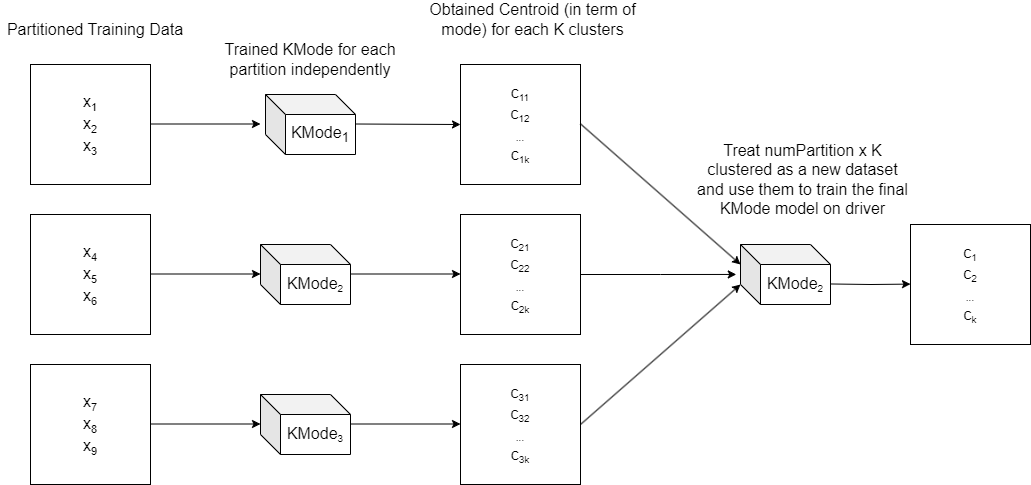
Before: assets/K-Mode-local.drawio.png, a diagram exported from draw.io (KKQanT/big-data-project). Source tidied: cells renumbered, new cells last; positions are measured from the earlier drawing's top-left corner, leaving out a move shared by most shapes.
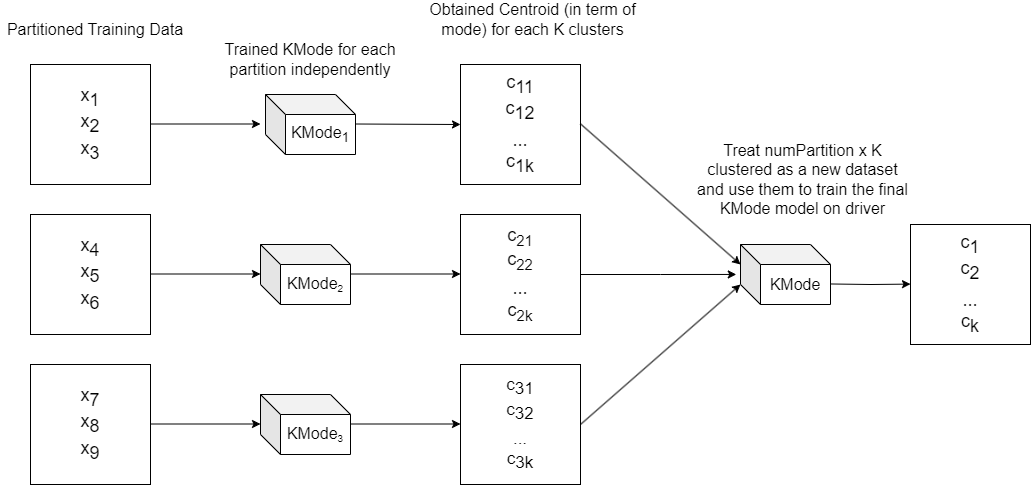
After the commit.

What changed in the source:
```diff
@@ -2,13 +2,13 @@
   <root>
     <mxCell id="0" />
     <mxCell id="1" parent="0" />
-    <mxCell id="2" value="&lt;span style=&quot;font-size: 16px;&quot;&gt;x&lt;/span&gt;&lt;span style=&quot;font-size: 13.3333px;&quot;&gt;&lt;sub&gt;1&lt;/sub&gt;&lt;/span&gt;&lt;div&gt;&lt;span style=&quot;font-size: 16px;&quot;&gt;x&lt;/span&gt;&lt;span style=&quot;font-size: 13.3333px;&quot;&gt;&lt;sub&gt;2&lt;/sub&gt;&lt;/span&gt;&lt;span style=&quot;font-size: 13.3333px;&quot;&gt;&lt;sub&gt;&lt;br&gt;&lt;/sub&gt;&lt;/span&gt;&lt;/div&gt;&lt;div&gt;&lt;span style=&quot;font-size: 16px;&quot;&gt;x&lt;/span&gt;&lt;span style=&quot;font-size: 13.3333px;&quot;&gt;&lt;sub&gt;3&lt;/sub&gt;&lt;/span&gt;&lt;span style=&quot;font-size: 13.3333px;&quot;&gt;&lt;sub&gt;&lt;br&gt;&lt;/sub&gt;&lt;/span&gt;&lt;/div&gt;" style="rounded=0;whiteSpace=wrap;html=1;" parent="1" vertex="1">
+    <mxCell id="2" value="&lt;span style=&quot;font-size: 18px;&quot;&gt;x&lt;/span&gt;&lt;span style=&quot;font-size: 18px;&quot;&gt;&lt;sub style=&quot;font-size: 18px;&quot;&gt;1&lt;/sub&gt;&lt;/span&gt;&lt;div style=&quot;font-size: 18px;&quot;&gt;&lt;span style=&quot;font-size: 18px;&quot;&gt;x&lt;/span&gt;&lt;span style=&quot;font-size: 18px;&quot;&gt;&lt;sub style=&quot;font-size: 18px;&quot;&gt;2&lt;/sub&gt;&lt;/span&gt;&lt;span style=&quot;font-size: 18px;&quot;&gt;&lt;sub style=&quot;font-size: 18px;&quot;&gt;&lt;br style=&quot;font-size: 18px;&quot;&gt;&lt;/sub&gt;&lt;/span&gt;&lt;/div&gt;&lt;div style=&quot;font-size: 18px;&quot;&gt;&lt;span style=&quot;font-size: 18px;&quot;&gt;x&lt;/span&gt;&lt;span style=&quot;font-size: 18px;&quot;&gt;&lt;sub style=&quot;font-size: 18px;&quot;&gt;3&lt;/sub&gt;&lt;/span&gt;&lt;span style=&quot;font-size: 18px;&quot;&gt;&lt;sub style=&quot;font-size: 18px;&quot;&gt;&lt;br style=&quot;font-size: 18px;&quot;&gt;&lt;/sub&gt;&lt;/span&gt;&lt;/div&gt;" style="rounded=0;whiteSpace=wrap;html=1;fontSize=18;" parent="1" vertex="1">
       <mxGeometry x="30" y="60" width="120" height="120" as="geometry" />
     </mxCell>
-    <mxCell id="3" value="&lt;span style=&quot;font-size: 16px;&quot;&gt;x&lt;/span&gt;&lt;span style=&quot;font-size: 13.3333px;&quot;&gt;&lt;sub&gt;4&lt;/sub&gt;&lt;/span&gt;&lt;div&gt;&lt;span style=&quot;font-size: 16px;&quot;&gt;x&lt;/span&gt;&lt;span style=&quot;font-size: 13.3333px;&quot;&gt;&lt;sub&gt;5&lt;/sub&gt;&lt;/span&gt;&lt;span style=&quot;font-size: 13.3333px;&quot;&gt;&lt;sub&gt;&lt;br&gt;&lt;/sub&gt;&lt;/span&gt;&lt;/div&gt;&lt;div&gt;&lt;span style=&quot;font-size: 16px;&quot;&gt;x&lt;/span&gt;&lt;span style=&quot;font-size: 13.3333px;&quot;&gt;&lt;sub&gt;6&lt;/sub&gt;&lt;/span&gt;&lt;span style=&quot;font-size: 13.3333px;&quot;&gt;&lt;sub&gt;&lt;br&gt;&lt;/sub&gt;&lt;/span&gt;&lt;/div&gt;" style="rounded=0;whiteSpace=wrap;html=1;" parent="1" vertex="1">
+    <mxCell id="3" value="&lt;span style=&quot;font-size: 18px;&quot;&gt;x&lt;/span&gt;&lt;span style=&quot;font-size: 18px;&quot;&gt;&lt;sub style=&quot;font-size: 18px;&quot;&gt;4&lt;/sub&gt;&lt;/span&gt;&lt;div style=&quot;font-size: 18px;&quot;&gt;&lt;span style=&quot;font-size: 18px;&quot;&gt;x&lt;/span&gt;&lt;span style=&quot;font-size: 18px;&quot;&gt;&lt;sub style=&quot;font-size: 18px;&quot;&gt;5&lt;/sub&gt;&lt;/span&gt;&lt;span style=&quot;font-size: 18px;&quot;&gt;&lt;sub style=&quot;font-size: 18px;&quot;&gt;&lt;br style=&quot;font-size: 18px;&quot;&gt;&lt;/sub&gt;&lt;/span&gt;&lt;/div&gt;&lt;div style=&quot;font-size: 18px;&quot;&gt;&lt;span style=&quot;font-size: 18px;&quot;&gt;x&lt;/span&gt;&lt;span style=&quot;font-size: 18px;&quot;&gt;&lt;sub style=&quot;font-size: 18px;&quot;&gt;6&lt;/sub&gt;&lt;/span&gt;&lt;span style=&quot;font-size: 18px;&quot;&gt;&lt;sub style=&quot;font-size: 18px;&quot;&gt;&lt;br style=&quot;font-size: 18px;&quot;&gt;&lt;/sub&gt;&lt;/span&gt;&lt;/div&gt;" style="rounded=0;whiteSpace=wrap;html=1;fontSize=18;" parent="1" vertex="1">
       <mxGeometry x="30" y="210" width="120" height="120" as="geometry" />
     </mxCell>
-    <mxCell id="4" value="&lt;span style=&quot;font-size: 16px;&quot;&gt;x&lt;/span&gt;&lt;span style=&quot;font-size: 13.3333px;&quot;&gt;&lt;sub&gt;7&lt;/sub&gt;&lt;/span&gt;&lt;div&gt;&lt;span style=&quot;font-size: 16px;&quot;&gt;x&lt;/span&gt;&lt;span style=&quot;font-size: 13.3333px;&quot;&gt;&lt;sub&gt;8&lt;/sub&gt;&lt;/span&gt;&lt;span style=&quot;font-size: 13.3333px;&quot;&gt;&lt;sub&gt;&lt;br&gt;&lt;/sub&gt;&lt;/span&gt;&lt;/div&gt;&lt;div&gt;&lt;span style=&quot;font-size: 16px;&quot;&gt;x&lt;/span&gt;&lt;span style=&quot;font-size: 13.3333px;&quot;&gt;&lt;sub&gt;9&lt;/sub&gt;&lt;/span&gt;&lt;span style=&quot;font-size: 13.3333px;&quot;&gt;&lt;sub&gt;&lt;br&gt;&lt;/sub&gt;&lt;/span&gt;&lt;/div&gt;" style="rounded=0;whiteSpace=wrap;html=1;" parent="1" vertex="1">
+    <mxCell id="4" value="&lt;span style=&quot;font-size: 18px;&quot;&gt;x&lt;/span&gt;&lt;span style=&quot;font-size: 18px;&quot;&gt;&lt;sub style=&quot;font-size: 18px;&quot;&gt;7&lt;/sub&gt;&lt;/span&gt;&lt;div style=&quot;font-size: 18px;&quot;&gt;&lt;span style=&quot;font-size: 18px;&quot;&gt;x&lt;/span&gt;&lt;span style=&quot;font-size: 18px;&quot;&gt;&lt;sub style=&quot;font-size: 18px;&quot;&gt;8&lt;/sub&gt;&lt;/span&gt;&lt;span style=&quot;font-size: 18px;&quot;&gt;&lt;sub style=&quot;font-size: 18px;&quot;&gt;&lt;br style=&quot;font-size: 18px;&quot;&gt;&lt;/sub&gt;&lt;/span&gt;&lt;/div&gt;&lt;div style=&quot;font-size: 18px;&quot;&gt;&lt;span style=&quot;font-size: 18px;&quot;&gt;x&lt;/span&gt;&lt;span style=&quot;font-size: 18px;&quot;&gt;&lt;sub style=&quot;font-size: 18px;&quot;&gt;9&lt;/sub&gt;&lt;/span&gt;&lt;span style=&quot;font-size: 18px;&quot;&gt;&lt;sub style=&quot;font-size: 18px;&quot;&gt;&lt;br style=&quot;font-size: 18px;&quot;&gt;&lt;/sub&gt;&lt;/span&gt;&lt;/div&gt;" style="rounded=0;whiteSpace=wrap;html=1;fontSize=18;" parent="1" vertex="1">
       <mxGeometry x="30" y="360" width="120" height="120" as="geometry" />
     </mxCell>
     <mxCell id="5" style="endArrow=classic;html=1;rounded=0;" parent="1" edge="1">
@@ -29,7 +29,7 @@
         <mxPoint x="260" y="419.5" as="targetPoint" />
       </mxGeometry>
     </mxCell>
-    <mxCell id="8" value="&lt;span style=&quot;font-size: 16px;&quot;&gt;c&lt;/span&gt;&lt;sub style=&quot;&quot;&gt;&lt;font style=&quot;font-size: 10px;&quot;&gt;11&lt;/font&gt;&lt;/sub&gt;&lt;div&gt;&lt;span style=&quot;font-size: 16px;&quot;&gt;c&lt;/span&gt;&lt;sub&gt;12&lt;/sub&gt;&lt;span style=&quot;font-size: 16px;&quot;&gt;&lt;sub&gt;&lt;br&gt;&lt;/sub&gt;&lt;/span&gt;&lt;/div&gt;&lt;div&gt;&lt;sub&gt;...&lt;/sub&gt;&lt;/div&gt;&lt;div&gt;&lt;span style=&quot;font-size: 16px;&quot;&gt;c&lt;/span&gt;&lt;sub&gt;1k&lt;/sub&gt;&lt;sub&gt;&lt;br&gt;&lt;/sub&gt;&lt;/div&gt;" style="rounded=0;whiteSpace=wrap;html=1;" parent="1" vertex="1">
+    <mxCell id="8" value="&lt;span style=&quot;font-size: 18px;&quot;&gt;c&lt;/span&gt;&lt;sub style=&quot;font-size: 18px;&quot;&gt;&lt;font style=&quot;font-size: 18px;&quot;&gt;11&lt;/font&gt;&lt;/sub&gt;&lt;div style=&quot;font-size: 18px;&quot;&gt;&lt;span style=&quot;font-size: 18px;&quot;&gt;c&lt;/span&gt;&lt;sub style=&quot;font-size: 18px;&quot;&gt;12&lt;/sub&gt;&lt;span style=&quot;font-size: 18px;&quot;&gt;&lt;sub style=&quot;font-size: 18px;&quot;&gt;&lt;br style=&quot;font-size: 18px;&quot;&gt;&lt;/sub&gt;&lt;/span&gt;&lt;/div&gt;&lt;div style=&quot;font-size: 18px;&quot;&gt;&lt;sub style=&quot;font-size: 18px;&quot;&gt;...&lt;/sub&gt;&lt;/div&gt;&lt;div style=&quot;font-size: 18px;&quot;&gt;&lt;span style=&quot;font-size: 18px;&quot;&gt;c&lt;/span&gt;&lt;sub style=&quot;font-size: 18px;&quot;&gt;1k&lt;/sub&gt;&lt;sub style=&quot;font-size: 18px;&quot;&gt;&lt;br style=&quot;font-size: 18px;&quot;&gt;&lt;/sub&gt;&lt;/div&gt;" style="rounded=0;whiteSpace=wrap;html=1;fontSize=18;" parent="1" vertex="1">
       <mxGeometry x="460" y="60" width="120" height="120" as="geometry" />
     </mxCell>
     <mxCell id="9" value="&lt;font style=&quot;font-size: 16px;&quot;&gt;KMode&lt;sub&gt;1&lt;/sub&gt;&lt;/font&gt;" style="shape=cube;whiteSpace=wrap;html=1;boundedLbl=1;backgroundOutline=1;darkOpacity=0.05;darkOpacity2=0.1;" parent="1" vertex="1">
@@ -49,7 +49,7 @@
     <mxCell id="13" style="edgeStyle=orthogonalEdgeStyle;rounded=0;jettySize=auto;html=1;exitX=1;exitY=0.5;exitDx=0;exitDy=0;entryX=-0.047;entryY=0.499;entryDx=0;entryDy=0;entryPerimeter=0;" parent="1" edge="1" source="14" target="19">
       <mxGeometry relative="1" as="geometry" />
     </mxCell>
-    <mxCell id="14" value="&lt;span style=&quot;font-size: 16px;&quot;&gt;c&lt;/span&gt;&lt;sub style=&quot;&quot;&gt;&lt;font style=&quot;font-size: 10px;&quot;&gt;21&lt;/font&gt;&lt;/sub&gt;&lt;div&gt;&lt;span style=&quot;font-size: 16px;&quot;&gt;c&lt;/span&gt;&lt;sub&gt;22&lt;/sub&gt;&lt;span style=&quot;font-size: 16px;&quot;&gt;&lt;sub&gt;&lt;br&gt;&lt;/sub&gt;&lt;/span&gt;&lt;/div&gt;&lt;div&gt;&lt;sub&gt;...&lt;/sub&gt;&lt;/div&gt;&lt;div&gt;&lt;span style=&quot;font-size: 16px;&quot;&gt;c&lt;/span&gt;&lt;sub&gt;2k&lt;/sub&gt;&lt;sub&gt;&lt;br&gt;&lt;/sub&gt;&lt;/div&gt;" style="rounded=0;whiteSpace=wrap;html=1;" parent="1" vertex="1">
+    <mxCell id="14" value="&lt;font style=&quot;font-size: 18px;&quot;&gt;c&lt;sub&gt;21&lt;/sub&gt;&lt;/font&gt;&lt;div style=&quot;font-size: 18px;&quot;&gt;&lt;font style=&quot;font-size: 18px;&quot;&gt;c&lt;sub&gt;22&lt;/sub&gt;&lt;sub&gt;&lt;br style=&quot;font-size: 18px;&quot;&gt;&lt;/sub&gt;&lt;/font&gt;&lt;/div&gt;&lt;div style=&quot;font-size: 18px;&quot;&gt;&lt;sub&gt;&lt;font style=&quot;font-size: 18px;&quot;&gt;...&lt;/font&gt;&lt;/sub&gt;&lt;/div&gt;&lt;div style=&quot;font-size: 18px;&quot;&gt;&lt;font style=&quot;font-size: 18px;&quot;&gt;c&lt;sub&gt;2k&lt;/sub&gt;&lt;/font&gt;&lt;sub&gt;&lt;br&gt;&lt;/sub&gt;&lt;/div&gt;" style="rounded=0;whiteSpace=wrap;html=1;" parent="1" vertex="1">
       <mxGeometry x="460" y="210" width="120" height="120" as="geometry" />
     </mxCell>
     <mxCell id="15" style="endArrow=classic;html=1;rounded=0;" parent="1" edge="1">
@@ -64,7 +64,7 @@
         <mxPoint x="460" y="419.5" as="targetPoint" />
       </mxGeometry>
     </mxCell>
-    <mxCell id="17" value="&lt;span style=&quot;font-size: 16px;&quot;&gt;c&lt;/span&gt;&lt;sub style=&quot;&quot;&gt;&lt;font style=&quot;font-size: 10px;&quot;&gt;31&lt;/font&gt;&lt;/sub&gt;&lt;div&gt;&lt;span style=&quot;font-size: 16px;&quot;&gt;c&lt;/span&gt;&lt;sub&gt;32&lt;/sub&gt;&lt;span style=&quot;font-size: 16px;&quot;&gt;&lt;sub&gt;&lt;br&gt;&lt;/sub&gt;&lt;/span&gt;&lt;/div&gt;&lt;div&gt;&lt;sub&gt;...&lt;/sub&gt;&lt;/div&gt;&lt;div&gt;&lt;span style=&quot;font-size: 16px;&quot;&gt;c&lt;/span&gt;&lt;sub&gt;3k&lt;/sub&gt;&lt;sub&gt;&lt;br&gt;&lt;/sub&gt;&lt;/div&gt;" style="rounded=0;whiteSpace=wrap;html=1;" parent="1" vertex="1">
+    <mxCell id="17" value="&lt;span style=&quot;font-size: 17px;&quot;&gt;c&lt;/span&gt;&lt;sub style=&quot;font-size: 17px;&quot;&gt;&lt;font style=&quot;font-size: 17px;&quot;&gt;31&lt;/font&gt;&lt;/sub&gt;&lt;div style=&quot;font-size: 17px;&quot;&gt;&lt;span style=&quot;font-size: 17px;&quot;&gt;c&lt;/span&gt;&lt;sub style=&quot;font-size: 17px;&quot;&gt;32&lt;/sub&gt;&lt;span style=&quot;font-size: 17px;&quot;&gt;&lt;sub style=&quot;font-size: 17px;&quot;&gt;&lt;br style=&quot;font-size: 17px;&quot;&gt;&lt;/sub&gt;&lt;/span&gt;&lt;/div&gt;&lt;div style=&quot;font-size: 17px;&quot;&gt;&lt;sub style=&quot;font-size: 17px;&quot;&gt;...&lt;/sub&gt;&lt;/div&gt;&lt;div style=&quot;font-size: 17px;&quot;&gt;&lt;span style=&quot;font-size: 17px;&quot;&gt;c&lt;/span&gt;&lt;sub style=&quot;font-size: 17px;&quot;&gt;3k&lt;/sub&gt;&lt;sub style=&quot;font-size: 17px;&quot;&gt;&lt;br style=&quot;font-size: 17px;&quot;&gt;&lt;/sub&gt;&lt;/div&gt;" style="rounded=0;whiteSpace=wrap;html=1;fontSize=17;" parent="1" vertex="1">
       <mxGeometry x="460" y="360" width="120" height="120" as="geometry" />
     </mxCell>
     <mxCell id="18" style="endArrow=classic;html=1;rounded=0;entryX=0;entryY=0;entryDx=0;entryDy=20;entryPerimeter=0;" parent="1" edge="1" target="19">
@@ -72,13 +72,13 @@
         <mxPoint x="580" y="119.4" as="sourcePoint" />
       </mxGeometry>
     </mxCell>
-    <mxCell id="19" value="&lt;span style=&quot;font-size: 16px;&quot;&gt;KMode&lt;/span&gt;&lt;sub&gt;2&lt;/sub&gt;" style="shape=cube;whiteSpace=wrap;html=1;boundedLbl=1;backgroundOutline=1;darkOpacity=0.05;darkOpacity2=0.1;" parent="1" vertex="1">
+    <mxCell id="19" value="&lt;span style=&quot;font-size: 16px;&quot;&gt;KMode&lt;/span&gt;" style="shape=cube;whiteSpace=wrap;html=1;boundedLbl=1;backgroundOutline=1;darkOpacity=0.05;darkOpacity2=0.1;" parent="1" vertex="1">
       <mxGeometry x="740" y="240" width="90" height="60" as="geometry" />
     </mxCell>
     <mxCell id="20" style="endArrow=classic;html=1;rounded=0;entryX=0;entryY=0;entryDx=0;entryDy=40;entryPerimeter=0;exitX=1;exitY=0.5;exitDx=0;exitDy=0;" parent="1" edge="1" source="17" target="19">
       <mxGeometry relative="1" as="geometry" />
     </mxCell>
-    <mxCell id="21" value="&lt;span style=&quot;font-size: 16px;&quot;&gt;c&lt;/span&gt;&lt;sub&gt;1&lt;/sub&gt;&lt;div&gt;&lt;span style=&quot;font-size: 16px;&quot;&gt;c&lt;/span&gt;&lt;sub&gt;2&lt;/sub&gt;&lt;span style=&quot;font-size: 16px;&quot;&gt;&lt;sub&gt;&lt;br&gt;&lt;/sub&gt;&lt;/span&gt;&lt;/div&gt;&lt;div&gt;&lt;sub&gt;...&lt;/sub&gt;&lt;/div&gt;&lt;div&gt;&lt;span style=&quot;font-size: 16px;&quot;&gt;c&lt;/span&gt;&lt;sub&gt;k&lt;/sub&gt;&lt;/div&gt;" style="rounded=0;whiteSpace=wrap;html=1;" parent="1" vertex="1">
+    <mxCell id="21" value="&lt;span style=&quot;font-size: 18px;&quot;&gt;c&lt;/span&gt;&lt;sub style=&quot;font-size: 18px;&quot;&gt;1&lt;/sub&gt;&lt;div style=&quot;font-size: 18px;&quot;&gt;&lt;span style=&quot;font-size: 18px;&quot;&gt;c&lt;/span&gt;&lt;sub style=&quot;font-size: 18px;&quot;&gt;2&lt;/sub&gt;&lt;span style=&quot;font-size: 18px;&quot;&gt;&lt;sub style=&quot;font-size: 18px;&quot;&gt;&lt;br style=&quot;font-size: 18px;&quot;&gt;&lt;/sub&gt;&lt;/span&gt;&lt;/div&gt;&lt;div style=&quot;font-size: 18px;&quot;&gt;&lt;sub style=&quot;font-size: 18px;&quot;&gt;...&lt;/sub&gt;&lt;/div&gt;&lt;div style=&quot;font-size: 18px;&quot;&gt;&lt;span style=&quot;font-size: 18px;&quot;&gt;c&lt;/span&gt;&lt;sub style=&quot;font-size: 18px;&quot;&gt;k&lt;/sub&gt;&lt;/div&gt;" style="rounded=0;whiteSpace=wrap;html=1;fontSize=18;" parent="1" vertex="1">
       <mxGeometry x="910" y="220" width="120" height="120" as="geometry" />
     </mxCell>
     <mxCell id="22" style="edgeStyle=orthogonalEdgeStyle;rounded=0;orthogonalLoop=1;jettySize=auto;html=1;exitX=1;exitY=0.5;exitDx=0;exitDy=0;entryX=0;entryY=0.5;entryDx=0;entryDy=0;" parent="1" edge="1">
```
